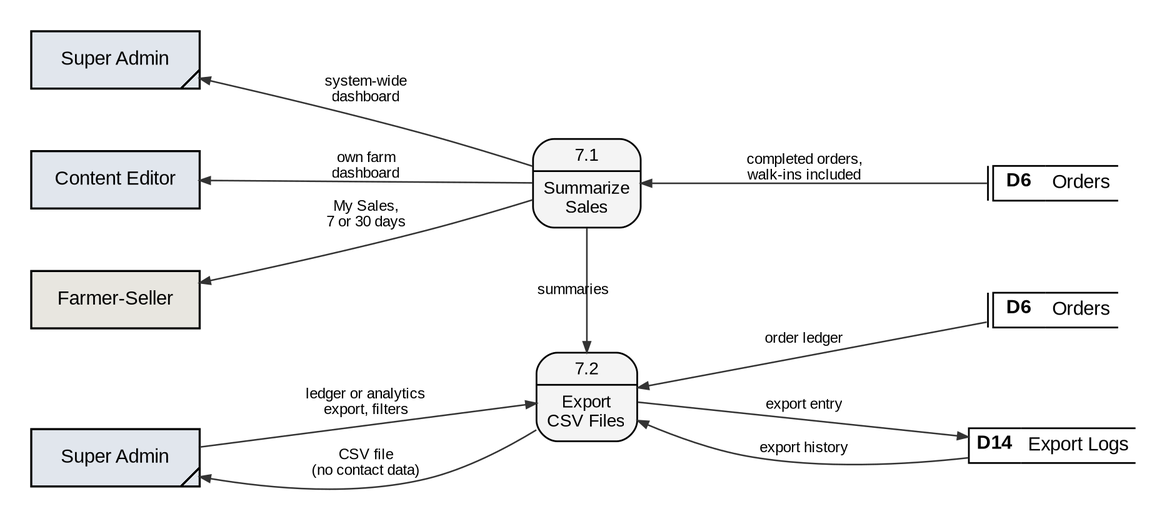
Above: docs/manuscript/figures/fig6_2_7_dfd_level2.png in shawncastaneda11-commits/anihow-backend (Graphviz), before the change. Its source is kept beside it as docs/manuscript/figures/src/fig6_2_7_dfd_level2.dot.
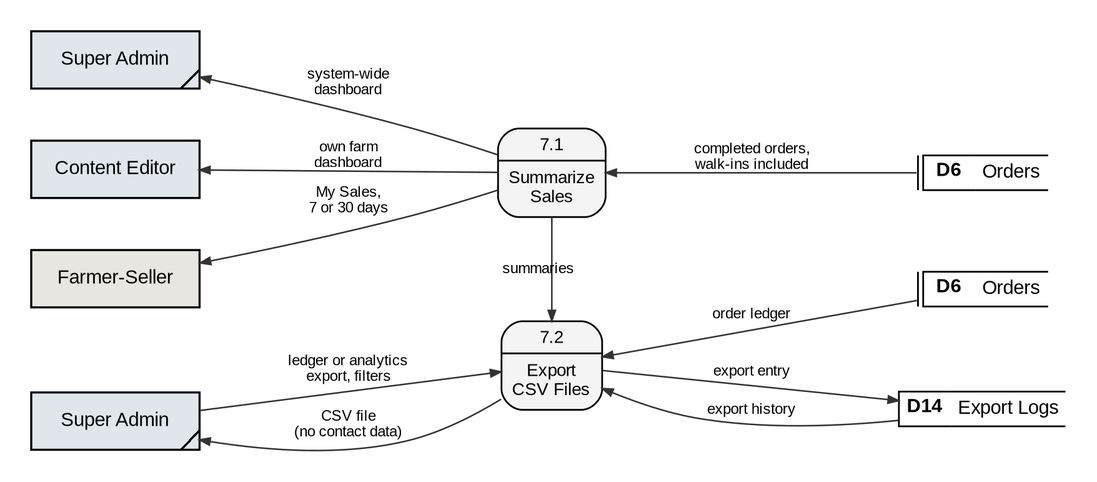
After the change.

Change to the diagram source:
```diff
@@ -1,5 +1,5 @@
 digraph G {
-  graph [rankdir=LR, nodesep=0.5, ranksep=1.7, pad=0.25, fontname="Liberation Sans", newrank=true, splines=spline, concentrate=false];
+  graph [rankdir=LR, nodesep=0.42, ranksep=1.4, pad=0.25, fontname="Liberation Sans", newrank=true, splines=spline, concentrate=false];
   node  [fontname="Liberation Sans", fontsize=11];
   edge  [penwidth=0.9, arrowsize=0.6, color="#333333", fontname="Liberation Sans", fontsize=8.5];
   q7a [shape=plaintext, margin=0, width=0, height=0, label=<<TABLE STYLE="ROUNDED" BORDER="1" CELLBORDER="0" CELLSPACING="0" CELLPADDING="3" BGCOLOR="#F4F4F4"><TR><TD><FONT POINT-SIZE="10.5">7.1</FONT></TD></TR><HR/><TR><TD CELLPADDING="5"><FONT POINT-SIZE="10.5">Summarize<BR/>Sales</FONT></TD></TR></TABLE>>];
```
